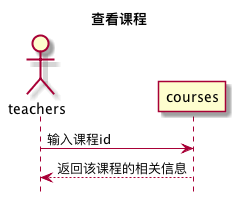
Earlier version of the PlantUML export out/test6/sequence/查看课程/查看课程.png (Landy7/is_analysis).
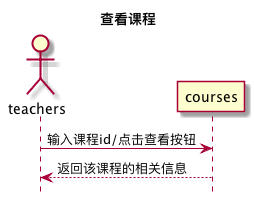
After the commit.

Diff of the diagram source:
```diff
@@ -2,6 +2,6 @@
 title 查看课程
 hide footbox
 actor teachers
-teachers -> courses: 输入课程id
+teachers -> courses: 输入课程id/点击查看按钮
 courses --> teachers: 返回该课程的相关信息
 @enduml
```
